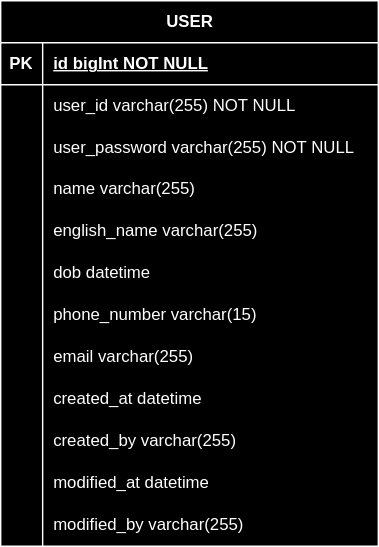
Before: document/erd.svg, a diagram exported from draw.io (Jeongyounghyeon/TossClone). Source tidied: cells renumbered, new cells last; positions are measured from the earlier drawing's top-left corner, leaving out a move shared by most shapes.
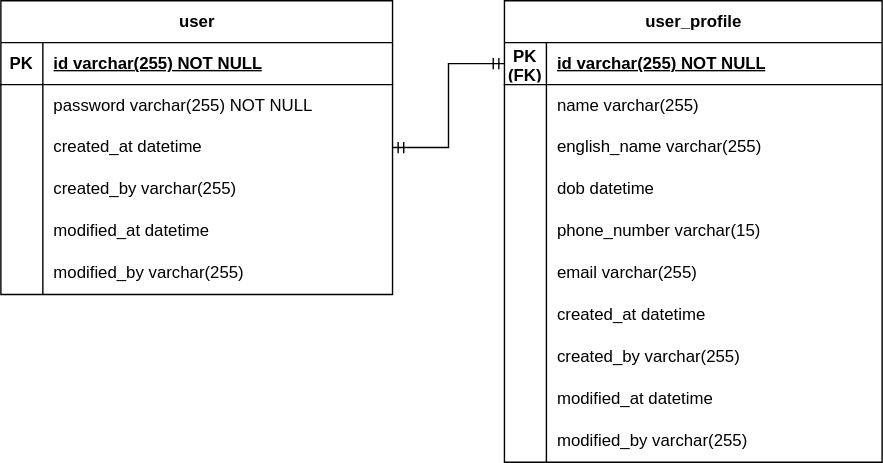
After the change.

Commit message:
docs: 회원 도메인 erd 수정

앞선 수정사항에 맞게 회원 erd 수정
user를 user와 user profile로 분리

Fixes: #8

Diff of the diagram source:
```diff
@@ -2,116 +2,158 @@
   <root>
     <mxCell id="0" />
     <mxCell id="1" parent="0" />
-    <mxCell id="2" value="USER" style="shape=table;startSize=30;rowLines=0;fontStyle=1;align=center;html=1;" parent="1" vertex="1">
-      <mxGeometry width="270" height="390" as="geometry" />
+    <mxCell id="2" value="user" style="shape=table;startSize=30;rowLines=0;fontStyle=1;align=center;html=1;" parent="1" vertex="1">
+      <mxGeometry width="280" height="210" as="geometry" />
     </mxCell>
     <mxCell id="3" style="shape=tableRow;horizontal=0;startSize=0;swimlaneHead=0;swimlaneBody=0;fillColor=none;top=0;left=0;right=0;bottom=1;" parent="2" vertex="1">
-      <mxGeometry y="30" width="270" height="30" as="geometry" />
+      <mxGeometry y="30" width="280" height="30" as="geometry" />
     </mxCell>
     <mxCell id="4" value="PK" style="shape=partialRectangle;fillColor=none;top=0;left=0;bottom=0;right=0;fontStyle=1;overflow=hidden;whiteSpace=wrap;html=1;" parent="3" vertex="1">
       <mxGeometry width="30" height="30" as="geometry" />
     </mxCell>
-    <mxCell id="5" value="&lt;span style=&quot;text-wrap: nowrap;&quot;&gt;id bigInt NOT NULL&lt;/span&gt;" style="shape=partialRectangle;fillColor=none;top=0;left=0;bottom=0;right=0;align=left;spacingLeft=6;fontStyle=5;overflow=hidden;whiteSpace=wrap;html=1;" parent="3" vertex="1">
-      <mxGeometry x="30" width="240" height="30" as="geometry" />
+    <mxCell id="5" value="&lt;span style=&quot;&quot;&gt;id varchar(255) NOT NULL&lt;/span&gt;" style="shape=partialRectangle;fillColor=none;top=0;left=0;bottom=0;right=0;align=left;spacingLeft=6;fontStyle=5;overflow=hidden;whiteSpace=wrap;html=1;" parent="3" vertex="1">
+      <mxGeometry x="30" width="250" height="30" as="geometry" />
     </mxCell>
-    <mxCell id="6" style="shape=tableRow;horizontal=0;startSize=0;swimlaneHead=0;swimlaneBody=0;fillColor=none;top=0;left=0;right=0;bottom=0;" parent="2" vertex="1">
-      <mxGeometry y="60" width="270" height="30" as="geometry" />
-    </mxCell>
-    <mxCell id="7" style="shape=partialRectangle;fillColor=none;top=0;left=0;bottom=0;right=0;overflow=hidden;whiteSpace=wrap;html=1;" parent="6" vertex="1">
-      <mxGeometry width="30" height="30" as="geometry" />
-    </mxCell>
-    <mxCell id="8" value="user_id varchar(255) NOT NULL" style="shape=partialRectangle;fillColor=none;top=0;left=0;bottom=0;right=0;align=left;spacingLeft=6;overflow=hidden;whiteSpace=wrap;html=1;" parent="6" vertex="1">
-      <mxGeometry x="30" width="240" height="30" as="geometry" />
-    </mxCell>
     <mxCell id="9" style="shape=tableRow;horizontal=0;startSize=0;swimlaneHead=0;swimlaneBody=0;fillColor=none;top=0;left=0;right=0;bottom=0;" parent="2" vertex="1">
-      <mxGeometry y="90" width="270" height="30" as="geometry" />
+      <mxGeometry y="60" width="280" height="30" as="geometry" />
     </mxCell>
     <mxCell id="10" style="shape=partialRectangle;fillColor=none;top=0;left=0;bottom=0;right=0;overflow=hidden;whiteSpace=wrap;html=1;" parent="9" vertex="1">
       <mxGeometry width="30" height="30" as="geometry" />
     </mxCell>
-    <mxCell id="11" value="user_password varchar(255) NOT NULL" style="shape=partialRectangle;fillColor=none;top=0;left=0;bottom=0;right=0;align=left;spacingLeft=6;overflow=hidden;whiteSpace=wrap;html=1;" parent="9" vertex="1">
-      <mxGeometry x="30" width="240" height="30" as="geometry" />
+    <mxCell id="11" value="password varchar(255) NOT NULL" style="shape=partialRectangle;fillColor=none;top=0;left=0;bottom=0;right=0;align=left;spacingLeft=6;overflow=hidden;whiteSpace=wrap;html=1;" parent="9" vertex="1">
+      <mxGeometry x="30" width="250" height="30" as="geometry" />
     </mxCell>
+    <mxCell id="39" style="shape=tableRow;horizontal=0;startSize=0;swimlaneHead=0;swimlaneBody=0;fillColor=none;top=0;left=0;right=0;bottom=0;" parent="2" vertex="1">
+      <mxGeometry y="90" width="280" height="30" as="geometry" />
+    </mxCell>
+    <mxCell id="40" style="shape=partialRectangle;fillColor=none;top=0;left=0;bottom=0;right=0;overflow=hidden;whiteSpace=wrap;html=1;" parent="39" vertex="1">
+      <mxGeometry width="30" height="30" as="geometry" />
+    </mxCell>
+    <mxCell id="41" value="created_at datetime" style="shape=partialRectangle;fillColor=none;top=0;left=0;bottom=0;right=0;align=left;spacingLeft=6;overflow=hidden;whiteSpace=wrap;html=1;" parent="39" vertex="1">
+      <mxGeometry x="30" width="250" height="30" as="geometry" />
+    </mxCell>
+    <mxCell id="42" style="shape=tableRow;horizontal=0;startSize=0;swimlaneHead=0;swimlaneBody=0;fillColor=none;top=0;left=0;right=0;bottom=0;" parent="2" vertex="1">
+      <mxGeometry y="120" width="280" height="30" as="geometry" />
+    </mxCell>
+    <mxCell id="43" style="shape=partialRectangle;fillColor=none;top=0;left=0;bottom=0;right=0;overflow=hidden;whiteSpace=wrap;html=1;" parent="42" vertex="1">
+      <mxGeometry width="30" height="30" as="geometry" />
+    </mxCell>
+    <mxCell id="44" value="created_by varchar(255)" style="shape=partialRectangle;fillColor=none;top=0;left=0;bottom=0;right=0;align=left;spacingLeft=6;overflow=hidden;whiteSpace=wrap;html=1;" parent="42" vertex="1">
+      <mxGeometry x="30" width="250" height="30" as="geometry" />
+    </mxCell>
+    <mxCell id="45" style="shape=tableRow;horizontal=0;startSize=0;swimlaneHead=0;swimlaneBody=0;fillColor=none;top=0;left=0;right=0;bottom=0;" parent="2" vertex="1">
+      <mxGeometry y="150" width="280" height="30" as="geometry" />
+    </mxCell>
+    <mxCell id="46" style="shape=partialRectangle;fillColor=none;top=0;left=0;bottom=0;right=0;overflow=hidden;whiteSpace=wrap;html=1;" parent="45" vertex="1">
+      <mxGeometry width="30" height="30" as="geometry" />
+    </mxCell>
+    <mxCell id="47" value="modified_at datetime" style="shape=partialRectangle;fillColor=none;top=0;left=0;bottom=0;right=0;align=left;spacingLeft=6;overflow=hidden;whiteSpace=wrap;html=1;" parent="45" vertex="1">
+      <mxGeometry x="30" width="250" height="30" as="geometry" />
+    </mxCell>
+    <mxCell id="48" style="shape=tableRow;horizontal=0;startSize=0;swimlaneHead=0;swimlaneBody=0;fillColor=none;top=0;left=0;right=0;bottom=0;" parent="2" vertex="1">
+      <mxGeometry y="180" width="280" height="30" as="geometry" />
+    </mxCell>
+    <mxCell id="49" style="shape=partialRectangle;fillColor=none;top=0;left=0;bottom=0;right=0;overflow=hidden;whiteSpace=wrap;html=1;" parent="48" vertex="1">
+      <mxGeometry width="30" height="30" as="geometry" />
+    </mxCell>
+    <mxCell id="50" value="modified_by varchar(255)" style="shape=partialRectangle;fillColor=none;top=0;left=0;bottom=0;right=0;align=left;spacingLeft=6;overflow=hidden;whiteSpace=wrap;html=1;" parent="48" vertex="1">
+      <mxGeometry x="30" width="250" height="30" as="geometry" />
+    </mxCell>
+    <mxCell id="51" value="user_profile" style="shape=table;startSize=30;rowLines=0;fontStyle=1;align=center;html=1;" parent="1" vertex="1">
+      <mxGeometry x="360" width="270" height="330" as="geometry" />
+    </mxCell>
+    <mxCell id="52" style="shape=tableRow;horizontal=0;startSize=0;swimlaneHead=0;swimlaneBody=0;fillColor=none;points=[[0,0.5],[1,0.5]];portConstraint=eastwest;top=0;left=0;right=0;bottom=1;" parent="51" vertex="1">
+      <mxGeometry y="30" width="270" height="30" as="geometry" />
+    </mxCell>
+    <mxCell id="53" value="PK&lt;div&gt;(FK)&lt;/div&gt;" style="shape=partialRectangle;fillColor=none;top=0;left=0;bottom=0;right=0;fontStyle=1;overflow=hidden;whiteSpace=wrap;html=1;" parent="52" vertex="1">
+      <mxGeometry width="30" height="30" as="geometry" />
+    </mxCell>
+    <mxCell id="54" value="id varchar(255) NOT NULL" style="shape=partialRectangle;fillColor=none;top=0;left=0;bottom=0;right=0;align=left;spacingLeft=6;fontStyle=5;overflow=hidden;whiteSpace=wrap;html=1;" parent="52" vertex="1">
+      <mxGeometry x="30" width="240" height="30" as="geometry" />
+    </mxCell>
+    <mxCell id="6" style="shape=tableRow;horizontal=0;startSize=0;swimlaneHead=0;swimlaneBody=0;fillColor=none;top=0;left=0;right=0;bottom=0;" parent="51" vertex="1">
+      <mxGeometry y="60" width="270" height="30" as="geometry" />
+    </mxCell>
+    <mxCell id="55" style="shape=partialRectangle;fillColor=none;top=0;left=0;bottom=0;right=0;overflow=hidden;whiteSpace=wrap;html=1;" parent="6" vertex="1">
+      <mxGeometry width="30" height="30" as="geometry" />
+    </mxCell>
+    <mxCell id="14" value="name varchar(255)" style="shape=partialRectangle;fillColor=none;top=0;left=0;bottom=0;right=0;align=left;spacingLeft=6;overflow=hidden;whiteSpace=wrap;html=1;" parent="6" vertex="1">
+      <mxGeometry x="30" width="240" height="30" as="geometry" />
+    </mxCell>
+    <mxCell id="56" style="shape=tableRow;horizontal=0;startSize=0;swimlaneHead=0;swimlaneBody=0;fillColor=none;top=0;left=0;right=0;bottom=0;" parent="51" vertex="1">
+      <mxGeometry y="90" width="270" height="30" as="geometry" />
+    </mxCell>
+    <mxCell id="57" style="shape=partialRectangle;fillColor=none;top=0;left=0;bottom=0;right=0;overflow=hidden;whiteSpace=wrap;html=1;" parent="56" vertex="1">
+      <mxGeometry width="30" height="30" as="geometry" />
+    </mxCell>
+    <mxCell id="17" value="english_name varchar(255)" style="shape=partialRectangle;fillColor=none;top=0;left=0;bottom=0;right=0;align=left;spacingLeft=6;overflow=hidden;whiteSpace=wrap;html=1;" parent="56" vertex="1">
+      <mxGeometry x="30" width="240" height="30" as="geometry" />
+    </mxCell>
-    <mxCell id="12" style="shape=tableRow;horizontal=0;startSize=0;swimlaneHead=0;swimlaneBody=0;fillColor=none;top=0;left=0;right=0;bottom=0;" parent="2" vertex="1">
+    <mxCell id="12" style="shape=tableRow;horizontal=0;startSize=0;swimlaneHead=0;swimlaneBody=0;fillColor=none;top=0;left=0;right=0;bottom=0;" parent="51" vertex="1">
       <mxGeometry y="120" width="270" height="30" as="geometry" />
     </mxCell>
-    <mxCell id="13" style="shape=partialRectangle;fillColor=none;top=0;left=0;bottom=0;right=0;overflow=hidden;whiteSpace=wrap;html=1;" parent="12" vertex="1">
-      <mxGeometry width="30" height="30" as="geometry" />
-    </mxCell>
-    <mxCell id="14" value="name varchar(255)" style="shape=partialRectangle;fillColor=none;top=0;left=0;bottom=0;right=0;align=left;spacingLeft=6;overflow=hidden;whiteSpace=wrap;html=1;" parent="12" vertex="1">
-      <mxGeometry x="30" width="240" height="30" as="geometry" />
-    </mxCell>
+    <mxCell id="58" style="shape=partialRectangle;fillColor=none;top=0;left=0;bottom=0;right=0;overflow=hidden;whiteSpace=wrap;html=1;" parent="12" vertex="1">
+      <mxGeometry width="30" height="30" as="geometry" />
+    </mxCell>
+    <mxCell id="20" value="dob datetime" style="shape=partialRectangle;fillColor=none;top=0;left=0;bottom=0;right=0;align=left;spacingLeft=6;overflow=hidden;whiteSpace=wrap;html=1;" parent="12" vertex="1">
+      <mxGeometry x="30" width="240" height="30" as="geometry" />
+    </mxCell>
-    <mxCell id="15" style="shape=tableRow;horizontal=0;startSize=0;swimlaneHead=0;swimlaneBody=0;fillColor=none;top=0;left=0;right=0;bottom=0;" parent="2" vertex="1">
+    <mxCell id="15" style="shape=tableRow;horizontal=0;startSize=0;swimlaneHead=0;swimlaneBody=0;fillColor=none;top=0;left=0;right=0;bottom=0;" parent="51" vertex="1">
       <mxGeometry y="150" width="270" height="30" as="geometry" />
     </mxCell>
-    <mxCell id="16" style="shape=partialRectangle;fillColor=none;top=0;left=0;bottom=0;right=0;overflow=hidden;whiteSpace=wrap;html=1;" parent="15" vertex="1">
-      <mxGeometry width="30" height="30" as="geometry" />
-    </mxCell>
-    <mxCell id="17" value="english_name varchar(255)" style="shape=partialRectangle;fillColor=none;top=0;left=0;bottom=0;right=0;align=left;spacingLeft=6;overflow=hidden;whiteSpace=wrap;html=1;" parent="15" vertex="1">
-      <mxGeometry x="30" width="240" height="30" as="geometry" />
-    </mxCell>
+    <mxCell id="59" style="shape=partialRectangle;fillColor=none;top=0;left=0;bottom=0;right=0;overflow=hidden;whiteSpace=wrap;html=1;" parent="15" vertex="1">
+      <mxGeometry width="30" height="30" as="geometry" />
+    </mxCell>
+    <mxCell id="23" value="phone_number varchar(15)" style="shape=partialRectangle;fillColor=none;top=0;left=0;bottom=0;right=0;align=left;spacingLeft=6;overflow=hidden;whiteSpace=wrap;html=1;" parent="15" vertex="1">
+      <mxGeometry x="30" width="240" height="30" as="geometry" />
+    </mxCell>
-    <mxCell id="18" style="shape=tableRow;horizontal=0;startSize=0;swimlaneHead=0;swimlaneBody=0;fillColor=none;top=0;left=0;right=0;bottom=0;" parent="2" vertex="1">
+    <mxCell id="18" style="shape=tableRow;horizontal=0;startSize=0;swimlaneHead=0;swimlaneBody=0;fillColor=none;top=0;left=0;right=0;bottom=0;" parent="51" vertex="1">
       <mxGeometry y="180" width="270" height="30" as="geometry" />
     </mxCell>
-    <mxCell id="19" style="shape=partialRectangle;fillColor=none;top=0;left=0;bottom=0;right=0;overflow=hidden;whiteSpace=wrap;html=1;" parent="18" vertex="1">
-      <mxGeometry width="30" height="30" as="geometry" />
-    </mxCell>
-    <mxCell id="20" value="dob datetime" style="shape=partialRectangle;fillColor=none;top=0;left=0;bottom=0;right=0;align=left;spacingLeft=6;overflow=hidden;whiteSpace=wrap;html=1;" parent="18" vertex="1">
-      <mxGeometry x="30" width="240" height="30" as="geometry" />
-    </mxCell>
+    <mxCell id="60" style="shape=partialRectangle;fillColor=none;top=0;left=0;bottom=0;right=0;overflow=hidden;whiteSpace=wrap;html=1;" parent="18" vertex="1">
+      <mxGeometry width="30" height="30" as="geometry" />
+    </mxCell>
+    <mxCell id="26" value="email varchar(255)" style="shape=partialRectangle;fillColor=none;top=0;left=0;bottom=0;right=0;align=left;spacingLeft=6;overflow=hidden;whiteSpace=wrap;html=1;" parent="18" vertex="1">
+      <mxGeometry x="30" width="240" height="30" as="geometry" />
+    </mxCell>
-    <mxCell id="21" style="shape=tableRow;horizontal=0;startSize=0;swimlaneHead=0;swimlaneBody=0;fillColor=none;top=0;left=0;right=0;bottom=0;" parent="2" vertex="1">
+    <mxCell id="21" style="shape=tableRow;horizontal=0;startSize=0;swimlaneHead=0;swimlaneBody=0;fillColor=none;top=0;left=0;right=0;bottom=0;" parent="51" vertex="1">
       <mxGeometry y="210" width="270" height="30" as="geometry" />
     </mxCell>
-    <mxCell id="22" style="shape=partialRectangle;fillColor=none;top=0;left=0;bottom=0;right=0;overflow=hidden;whiteSpace=wrap;html=1;" parent="21" vertex="1">
-      <mxGeometry width="30" height="30" as="geometry" />
-    </mxCell>
-    <mxCell id="23" value="phone_number varchar(15)" style="shape=partialRectangle;fillColor=none;top=0;left=0;bottom=0;right=0;align=left;spacingLeft=6;overflow=hidden;whiteSpace=wrap;html=1;" parent="21" vertex="1">
-      <mxGeometry x="30" width="240" height="30" as="geometry" />
-    </mxCell>
+    <mxCell id="61" style="shape=partialRectangle;fillColor=none;top=0;left=0;bottom=0;right=0;overflow=hidden;whiteSpace=wrap;html=1;" parent="21" vertex="1">
+      <mxGeometry width="30" height="30" as="geometry" />
+    </mxCell>
+    <mxCell id="29" value="created_at datetime" style="shape=partialRectangle;fillColor=none;top=0;left=0;bottom=0;right=0;align=left;spacingLeft=6;overflow=hidden;whiteSpace=wrap;html=1;" parent="21" vertex="1">
+      <mxGeometry x="30" width="240" height="30" as="geometry" />
+    </mxCell>
-    <mxCell id="24" style="shape=tableRow;horizontal=0;startSize=0;swimlaneHead=0;swimlaneBody=0;fillColor=none;top=0;left=0;right=0;bottom=0;" parent="2" vertex="1">
+    <mxCell id="24" style="shape=tableRow;horizontal=0;startSize=0;swimlaneHead=0;swimlaneBody=0;fillColor=none;top=0;left=0;right=0;bottom=0;" parent="51" vertex="1">
       <mxGeometry y="240" width="270" height="30" as="geometry" />
     </mxCell>
-    <mxCell id="25" style="shape=partialRectangle;fillColor=none;top=0;left=0;bottom=0;right=0;overflow=hidden;whiteSpace=wrap;html=1;" parent="24" vertex="1">
-      <mxGeometry width="30" height="30" as="geometry" />
-    </mxCell>
-    <mxCell id="26" value="email varchar(255)" style="shape=partialRectangle;fillColor=none;top=0;left=0;bottom=0;right=0;align=left;spacingLeft=6;overflow=hidden;whiteSpace=wrap;html=1;" parent="24" vertex="1">
-      <mxGeometry x="30" width="240" height="30" as="geometry" />
-    </mxCell>
+    <mxCell id="62" style="shape=partialRectangle;fillColor=none;top=0;left=0;bottom=0;right=0;overflow=hidden;whiteSpace=wrap;html=1;" parent="24" vertex="1">
+      <mxGeometry width="30" height="30" as="geometry" />
+    </mxCell>
+    <mxCell id="32" value="created_by varchar(255)" style="shape=partialRectangle;fillColor=none;top=0;left=0;bottom=0;right=0;align=left;spacingLeft=6;overflow=hidden;whiteSpace=wrap;html=1;" parent="24" vertex="1">
+      <mxGeometry x="30" width="240" height="30" as="geometry" />
+    </mxCell>
-    <mxCell id="27" style="shape=tableRow;horizontal=0;startSize=0;swimlaneHead=0;swimlaneBody=0;fillColor=none;top=0;left=0;right=0;bottom=0;" parent="2" vertex="1">
+    <mxCell id="27" style="shape=tableRow;horizontal=0;startSize=0;swimlaneHead=0;swimlaneBody=0;fillColor=none;top=0;left=0;right=0;bottom=0;" parent="51" vertex="1">
       <mxGeometry y="270" width="270" height="30" as="geometry" />
     </mxCell>
-    <mxCell id="28" style="shape=partialRectangle;fillColor=none;top=0;left=0;bottom=0;right=0;overflow=hidden;whiteSpace=wrap;html=1;" parent="27" vertex="1">
-      <mxGeometry width="30" height="30" as="geometry" />
-    </mxCell>
-    <mxCell id="29" value="created_at datetime" style="shape=partialRectangle;fillColor=none;top=0;left=0;bottom=0;right=0;align=left;spacingLeft=6;overflow=hidden;whiteSpace=wrap;html=1;" parent="27" vertex="1">
-      <mxGeometry x="30" width="240" height="30" as="geometry" />
-    </mxCell>
+    <mxCell id="63" style="shape=partialRectangle;fillColor=none;top=0;left=0;bottom=0;right=0;overflow=hidden;whiteSpace=wrap;html=1;" parent="27" vertex="1">
+      <mxGeometry width="30" height="30" as="geometry" />
+    </mxCell>
+    <mxCell id="35" value="modified_at datetime" style="shape=partialRectangle;fillColor=none;top=0;left=0;bottom=0;right=0;align=left;spacingLeft=6;overflow=hidden;whiteSpace=wrap;html=1;" parent="27" vertex="1">
+      <mxGeometry x="30" width="240" height="30" as="geometry" />
+    </mxCell>
-    <mxCell id="30" style="shape=tableRow;horizontal=0;startSize=0;swimlaneHead=0;swimlaneBody=0;fillColor=none;top=0;left=0;right=0;bottom=0;" parent="2" vertex="1">
+    <mxCell id="30" style="shape=tableRow;horizontal=0;startSize=0;swimlaneHead=0;swimlaneBody=0;fillColor=none;top=0;left=0;right=0;bottom=0;" parent="51" vertex="1">
       <mxGeometry y="300" width="270" height="30" as="geometry" />
     </mxCell>
-    <mxCell id="31" style="shape=partialRectangle;fillColor=none;top=0;left=0;bottom=0;right=0;overflow=hidden;whiteSpace=wrap;html=1;" parent="30" vertex="1">
-      <mxGeometry width="30" height="30" as="geometry" />
-    </mxCell>
-    <mxCell id="32" value="created_by varchar(255)" style="shape=partialRectangle;fillColor=none;top=0;left=0;bottom=0;right=0;align=left;spacingLeft=6;overflow=hidden;whiteSpace=wrap;html=1;" parent="30" vertex="1">
-      <mxGeometry x="30" width="240" height="30" as="geometry" />
-    </mxCell>
-    <mxCell id="33" style="shape=tableRow;horizontal=0;startSize=0;swimlaneHead=0;swimlaneBody=0;fillColor=none;top=0;left=0;right=0;bottom=0;" parent="2" vertex="1">
-      <mxGeometry y="330" width="270" height="30" as="geometry" />
-    </mxCell>
-    <mxCell id="34" style="shape=partialRectangle;fillColor=none;top=0;left=0;bottom=0;right=0;overflow=hidden;whiteSpace=wrap;html=1;" parent="33" vertex="1">
-      <mxGeometry width="30" height="30" as="geometry" />
-    </mxCell>
-    <mxCell id="35" value="modified_at datetime" style="shape=partialRectangle;fillColor=none;top=0;left=0;bottom=0;right=0;align=left;spacingLeft=6;overflow=hidden;whiteSpace=wrap;html=1;" parent="33" vertex="1">
-      <mxGeometry x="30" width="240" height="30" as="geometry" />
-    </mxCell>
-    <mxCell id="36" style="shape=tableRow;horizontal=0;startSize=0;swimlaneHead=0;swimlaneBody=0;fillColor=none;top=0;left=0;right=0;bottom=0;" parent="2" vertex="1">
-      <mxGeometry y="360" width="270" height="30" as="geometry" />
-    </mxCell>
-    <mxCell id="37" style="shape=partialRectangle;fillColor=none;top=0;left=0;bottom=0;right=0;overflow=hidden;whiteSpace=wrap;html=1;" parent="36" vertex="1">
-      <mxGeometry width="30" height="30" as="geometry" />
-    </mxCell>
+    <mxCell id="64" style="shape=partialRectangle;fillColor=none;top=0;left=0;bottom=0;right=0;overflow=hidden;whiteSpace=wrap;html=1;" parent="30" vertex="1">
+      <mxGeometry width="30" height="30" as="geometry" />
+    </mxCell>
-    <mxCell id="38" value="modified_by varchar(255)" style="shape=partialRectangle;fillColor=none;top=0;left=0;bottom=0;right=0;align=left;spacingLeft=6;overflow=hidden;whiteSpace=wrap;html=1;" parent="36" vertex="1">
+    <mxCell id="38" value="modified_by varchar(255)" style="shape=partialRectangle;fillColor=none;top=0;left=0;bottom=0;right=0;align=left;spacingLeft=6;overflow=hidden;whiteSpace=wrap;html=1;" parent="30" vertex="1">
       <mxGeometry x="30" width="240" height="30" as="geometry" />
     </mxCell>
+    <mxCell id="65" style="edgeStyle=orthogonalEdgeStyle;rounded=0;jettySize=auto;html=1;startArrow=ERmandOne;startFill=0;endArrow=ERmandOne;endFill=0;" parent="1" edge="1" source="2" target="52">
+      <mxGeometry relative="1" as="geometry" />
+    </mxCell>
   </root>
 </mxGraphModel>
```
